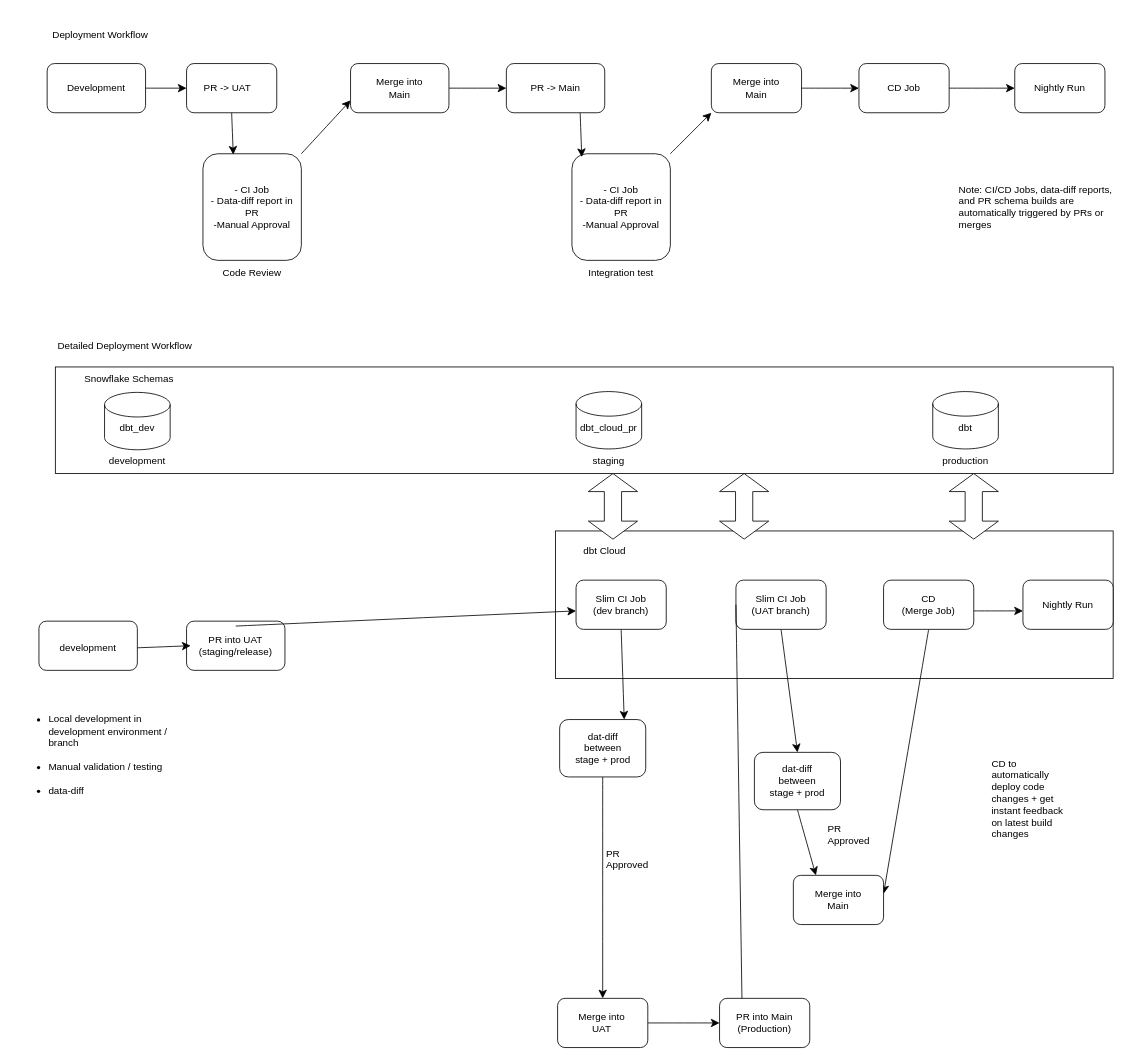
This is dbt.drawio from rushikesh1437/drawio, a draw.io file, before an edit. Source tidied: cells renumbered, new cells numbered last; positions are measured from the earlier drawing's top-left corner, leaving out a move shared by most shapes. Both pictures are drawn from the tidied source at 82%, with x=0, y=0 at pixel (14, 14).
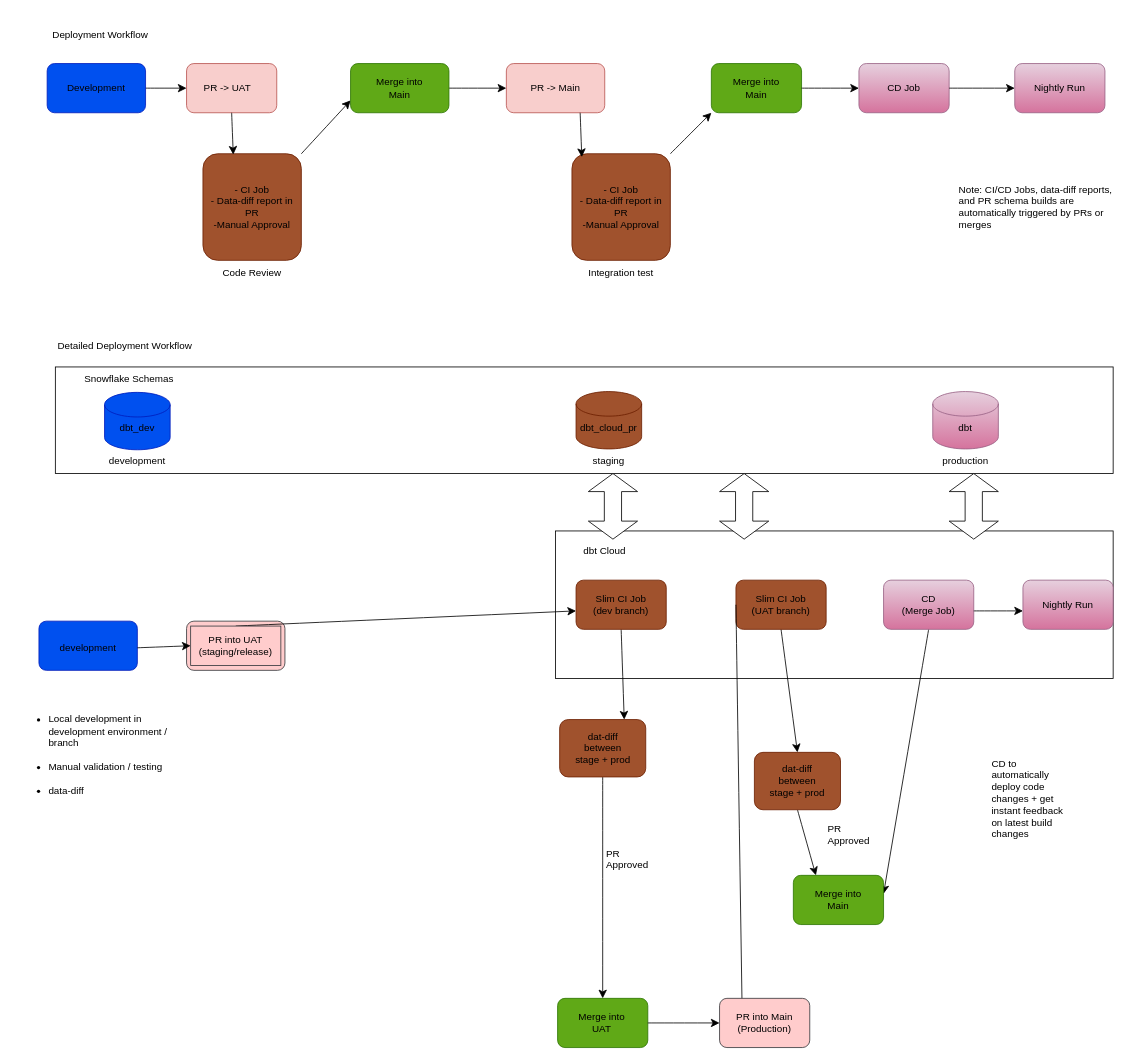
The same page after the edit.

Change to the diagram source:
```diff
@@
-    <mxCell id="4" style="rounded=1;whiteSpace=wrap;html=1;" parent="1" vertex="1">
+    <mxCell id="4" style="rounded=1;whiteSpace=wrap;html=1;fillColor=#0050ef;fontColor=#ffffff;strokeColor=#001DBC;" parent="1" vertex="1">
       <mxGeometry x="40" y="60" width="120" height="60" as="geometry" />
     </mxCell>
@@
-    <mxCell id="6" style="rounded=1;whiteSpace=wrap;html=1;" parent="1" vertex="1">
+    <mxCell id="6" style="rounded=1;whiteSpace=wrap;html=1;fillColor=#f8cecc;strokeColor=#b85450;" parent="1" vertex="1">
       <mxGeometry x="210" y="60" width="110" height="60" as="geometry" />
     </mxCell>
@@
-    <mxCell id="9" style="rounded=1;whiteSpace=wrap;html=1;" parent="1" vertex="1">
+    <mxCell id="9" style="rounded=1;whiteSpace=wrap;html=1;fillColor=#a0522d;strokeColor=#6D1F00;fontColor=#ffffff;" parent="1" vertex="1">
       <mxGeometry x="230" y="170" width="120" height="130" as="geometry" />
     </mxCell>
@@
-    <mxCell id="12" style="rounded=1;whiteSpace=wrap;html=1;" parent="1" vertex="1">
+    <mxCell id="12" style="rounded=1;whiteSpace=wrap;html=1;fillColor=#60a917;fontColor=#ffffff;strokeColor=#2D7600;" parent="1" vertex="1">
       <mxGeometry x="410" y="60" width="120" height="60" as="geometry" />
     </mxCell>
-    <mxCell id="13" style="rounded=1;whiteSpace=wrap;html=1;" parent="1" vertex="1">
+    <mxCell id="13" style="rounded=1;whiteSpace=wrap;html=1;fillColor=#f8cecc;strokeColor=#b85450;" parent="1" vertex="1">
       <mxGeometry x="600" y="60" width="120" height="60" as="geometry" />
     </mxCell>
@@
-    <mxCell id="15" style="rounded=1;whiteSpace=wrap;html=1;" parent="1" vertex="1">
+    <mxCell id="15" style="rounded=1;whiteSpace=wrap;html=1;fillColor=#a0522d;fontColor=#ffffff;strokeColor=#6D1F00;" parent="1" vertex="1">
       <mxGeometry x="680" y="170" width="120" height="130" as="geometry" />
     </mxCell>
@@
-    <mxCell id="17" style="rounded=1;whiteSpace=wrap;html=1;" parent="1" vertex="1">
+    <mxCell id="17" style="rounded=1;whiteSpace=wrap;html=1;fillColor=#60a917;strokeColor=#2D7600;fontColor=#ffffff;" parent="1" vertex="1">
       <mxGeometry x="850" y="60" width="110" height="60" as="geometry" />
     </mxCell>
-    <mxCell id="18" style="rounded=1;whiteSpace=wrap;html=1;" parent="1" vertex="1">
+    <mxCell id="18" style="rounded=1;whiteSpace=wrap;html=1;fillColor=#e6d0de;strokeColor=#996185;gradientColor=#d5739d;" parent="1" vertex="1">
       <mxGeometry x="1030" y="60" width="110" height="60" as="geometry" />
     </mxCell>
-    <mxCell id="19" style="rounded=1;whiteSpace=wrap;html=1;" parent="1" vertex="1">
+    <mxCell id="19" style="rounded=1;whiteSpace=wrap;html=1;fillColor=#e6d0de;gradientColor=#d5739d;strokeColor=#996185;" parent="1" vertex="1">
       <mxGeometry x="1220" y="60" width="110" height="60" as="geometry" />
     </mxCell>
@@
-    <mxCell id="34" style="shape=cylinder3;whiteSpace=wrap;html=1;boundedLbl=1;backgroundOutline=1;size=15;" parent="1" vertex="1">
+    <mxCell id="34" style="shape=cylinder3;whiteSpace=wrap;html=1;boundedLbl=1;backgroundOutline=1;size=15;fillColor=#0050ef;fontColor=#ffffff;strokeColor=#001DBC;" parent="1" vertex="1">
       <mxGeometry x="110" y="461" width="80" height="70" as="geometry" />
     </mxCell>
-    <mxCell id="35" style="shape=cylinder3;whiteSpace=wrap;html=1;boundedLbl=1;backgroundOutline=1;size=15;" parent="1" vertex="1">
+    <mxCell id="35" style="shape=cylinder3;whiteSpace=wrap;html=1;boundedLbl=1;backgroundOutline=1;size=15;fillColor=#a0522d;fontColor=#ffffff;strokeColor=#6D1F00;" parent="1" vertex="1">
       <mxGeometry x="685" y="460" width="80" height="70" as="geometry" />
     </mxCell>
-    <mxCell id="36" style="shape=cylinder3;whiteSpace=wrap;html=1;boundedLbl=1;backgroundOutline=1;size=15;" parent="1" vertex="1">
+    <mxCell id="36" style="shape=cylinder3;whiteSpace=wrap;html=1;boundedLbl=1;backgroundOutline=1;size=15;fillColor=#e6d0de;gradientColor=#d5739d;strokeColor=#996185;" parent="1" vertex="1">
       <mxGeometry x="1120" y="460" width="80" height="70" as="geometry" />
     </mxCell>
@@
-    <mxCell id="47" style="rounded=1;whiteSpace=wrap;html=1;" parent="1" vertex="1">
+    <mxCell id="47" style="rounded=1;whiteSpace=wrap;html=1;fillColor=#a0522d;fontColor=#ffffff;strokeColor=#6D1F00;" parent="1" vertex="1">
       <mxGeometry x="685" y="690" width="110" height="60" as="geometry" />
     </mxCell>
@@
-    <mxCell id="49" style="rounded=1;whiteSpace=wrap;html=1;" parent="1" vertex="1">
+    <mxCell id="49" style="rounded=1;whiteSpace=wrap;html=1;fillColor=#a0522d;fontColor=#ffffff;strokeColor=#6D1F00;" parent="1" vertex="1">
       <mxGeometry x="880" y="690" width="110" height="60" as="geometry" />
     </mxCell>
@@
-    <mxCell id="51" style="rounded=1;whiteSpace=wrap;html=1;fontStyle=1;" parent="1" vertex="1">
+    <mxCell id="51" style="rounded=1;whiteSpace=wrap;html=1;fontStyle=1;fillColor=#e6d0de;gradientColor=#d5739d;strokeColor=#996185;" parent="1" vertex="1">
       <mxGeometry x="1060" y="690" width="110" height="60" as="geometry" />
     </mxCell>
-    <mxCell id="52" style="rounded=1;whiteSpace=wrap;html=1;" parent="1" vertex="1">
+    <mxCell id="52" style="rounded=1;whiteSpace=wrap;html=1;fillColor=#e6d0de;gradientColor=#d5739d;strokeColor=#996185;" parent="1" vertex="1">
       <mxGeometry x="1230" y="690" width="110" height="60" as="geometry" />
     </mxCell>
@@
-    <mxCell id="60" style="rounded=1;whiteSpace=wrap;html=1;" parent="1" vertex="1">
+    <mxCell id="60" style="rounded=1;whiteSpace=wrap;html=1;fillColor=#0050ef;fontColor=#ffffff;strokeColor=#001DBC;" parent="1" vertex="1">
       <mxGeometry x="30" y="740" width="120" height="60" as="geometry" />
     </mxCell>
-    <mxCell id="61" style="rounded=1;whiteSpace=wrap;html=1;" parent="1" vertex="1">
+    <mxCell id="61" style="rounded=1;whiteSpace=wrap;html=1;fillColor=#ffcccc;strokeColor=#36393d;" parent="1" vertex="1">
       <mxGeometry x="210" y="740" width="120" height="60" as="geometry" />
     </mxCell>
@@
-    <mxCell id="65" value="PR into UAT&lt;div&gt;(staging/release)&lt;/div&gt;" style="text;html=1;align=center;verticalAlign=middle;whiteSpace=wrap;rounded=0;" parent="1" vertex="1">
+    <mxCell id="65" value="PR into UAT&lt;div&gt;(staging/release)&lt;/div&gt;" style="text;html=1;align=center;verticalAlign=middle;whiteSpace=wrap;rounded=0;fillColor=#ffcccc;strokeColor=#36393d;" parent="1" vertex="1">
       <mxGeometry x="215" y="746" width="110" height="48" as="geometry" />
     </mxCell>
@@
-    <mxCell id="67" style="rounded=1;whiteSpace=wrap;html=1;" parent="1" vertex="1">
+    <mxCell id="67" style="rounded=1;whiteSpace=wrap;html=1;fillColor=#a0522d;fontColor=#ffffff;strokeColor=#6D1F00;" parent="1" vertex="1">
       <mxGeometry x="665" y="860" width="105" height="70" as="geometry" />
     </mxCell>
@@
-    <mxCell id="70" style="rounded=1;whiteSpace=wrap;html=1;" parent="1" vertex="1">
+    <mxCell id="70" style="rounded=1;whiteSpace=wrap;html=1;fillColor=#a0522d;fontColor=#ffffff;strokeColor=#6D1F00;" parent="1" vertex="1">
       <mxGeometry x="902.5" y="900" width="105" height="70" as="geometry" />
     </mxCell>
@@
-    <mxCell id="72" style="rounded=1;whiteSpace=wrap;html=1;" parent="1" vertex="1">
+    <mxCell id="72" style="rounded=1;whiteSpace=wrap;html=1;fillColor=#60a917;fontColor=#ffffff;strokeColor=#2D7600;" parent="1" vertex="1">
       <mxGeometry x="950" y="1050" width="110" height="60" as="geometry" />
     </mxCell>
@@
-    <mxCell id="74" style="rounded=1;whiteSpace=wrap;html=1;" parent="1" vertex="1">
+    <mxCell id="74" style="rounded=1;whiteSpace=wrap;html=1;fillColor=#60a917;fontColor=#ffffff;strokeColor=#2D7600;" parent="1" vertex="1">
       <mxGeometry x="662.5" y="1200" width="110" height="60" as="geometry" />
     </mxCell>
@@
-    <mxCell id="77" style="rounded=1;whiteSpace=wrap;html=1;" parent="1" vertex="1">
+    <mxCell id="77" style="rounded=1;whiteSpace=wrap;html=1;fillColor=#ffcccc;strokeColor=#36393d;" parent="1" vertex="1">
       <mxGeometry x="860" y="1200" width="110" height="60" as="geometry" />
     </mxCell>
```
